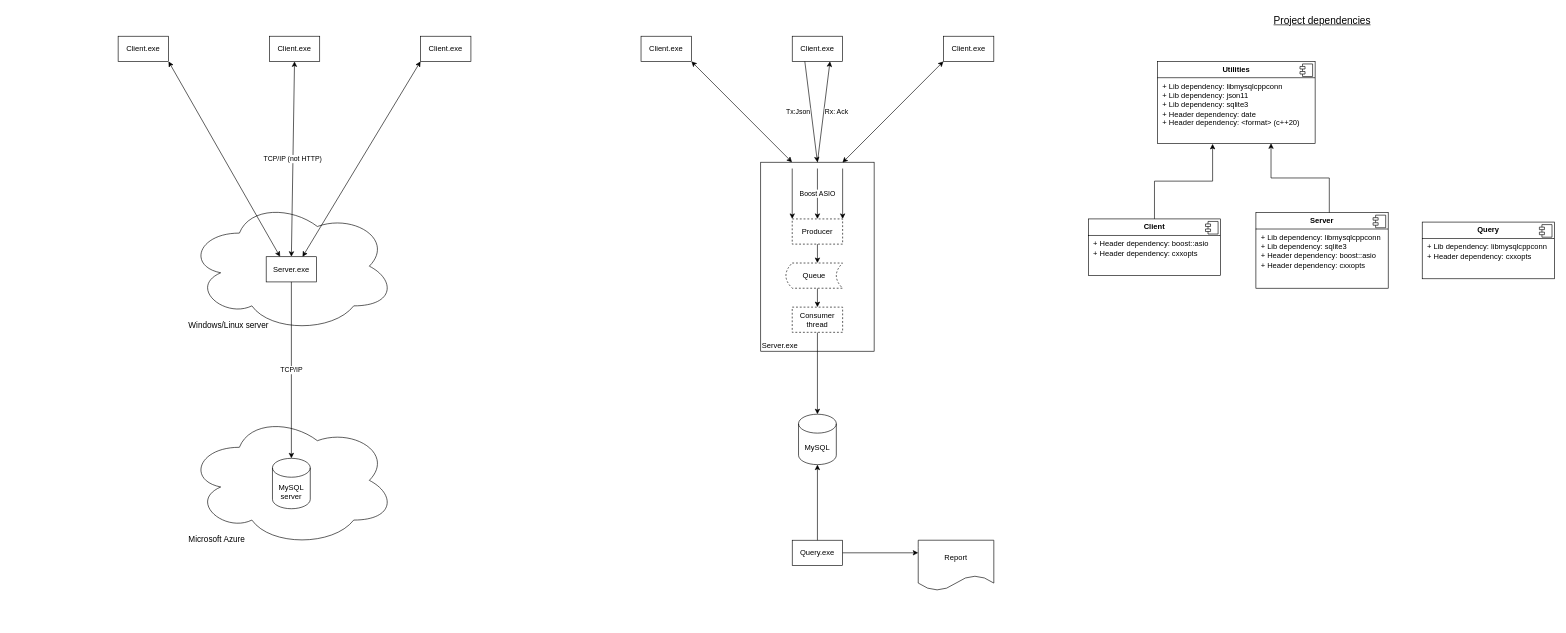
acraig5075/client-server-analytics keeps this draw.io diagram as schematic.drawio. Above is the earlier version. Source tidied: cells renumbered, new cells numbered last; positions are measured from the earlier drawing's top-left corner, leaving out a move shared by most shapes. Both pictures are drawn from the tidied source at 63%, with x=0, y=0 at pixel (118, 11).
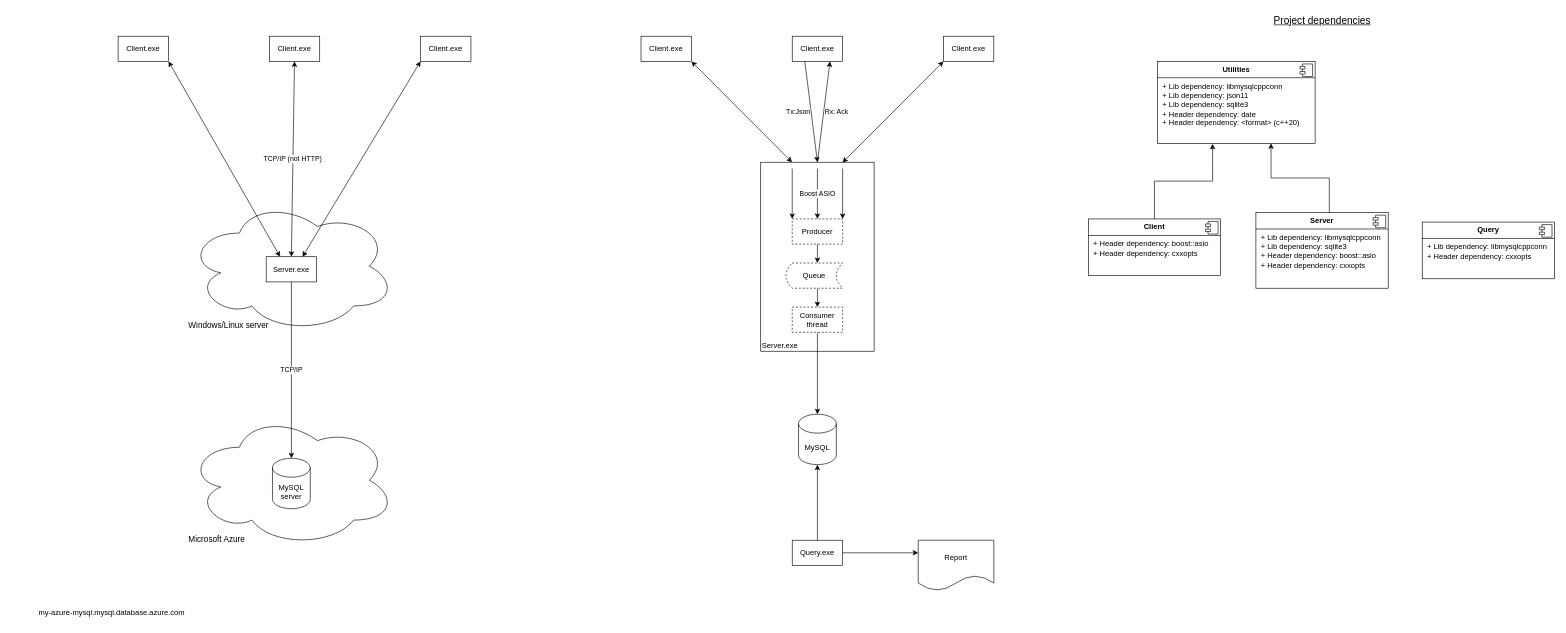
Above is the later version.

Commit message (it also covers changes not shown here):
Make file change after introducing nlohmann/json

Diff of the diagram source:
```diff
@@
+    <mxCell id="47" value="my-azure-mysql.mysql.database.azure.com" style="text;html=1;align=center;verticalAlign=middle;whiteSpace=wrap;rounded=0;" parent="1" vertex="1">
+      <mxGeometry x="-170" y="940" width="320" height="30" as="geometry" />
+    </mxCell>
```
